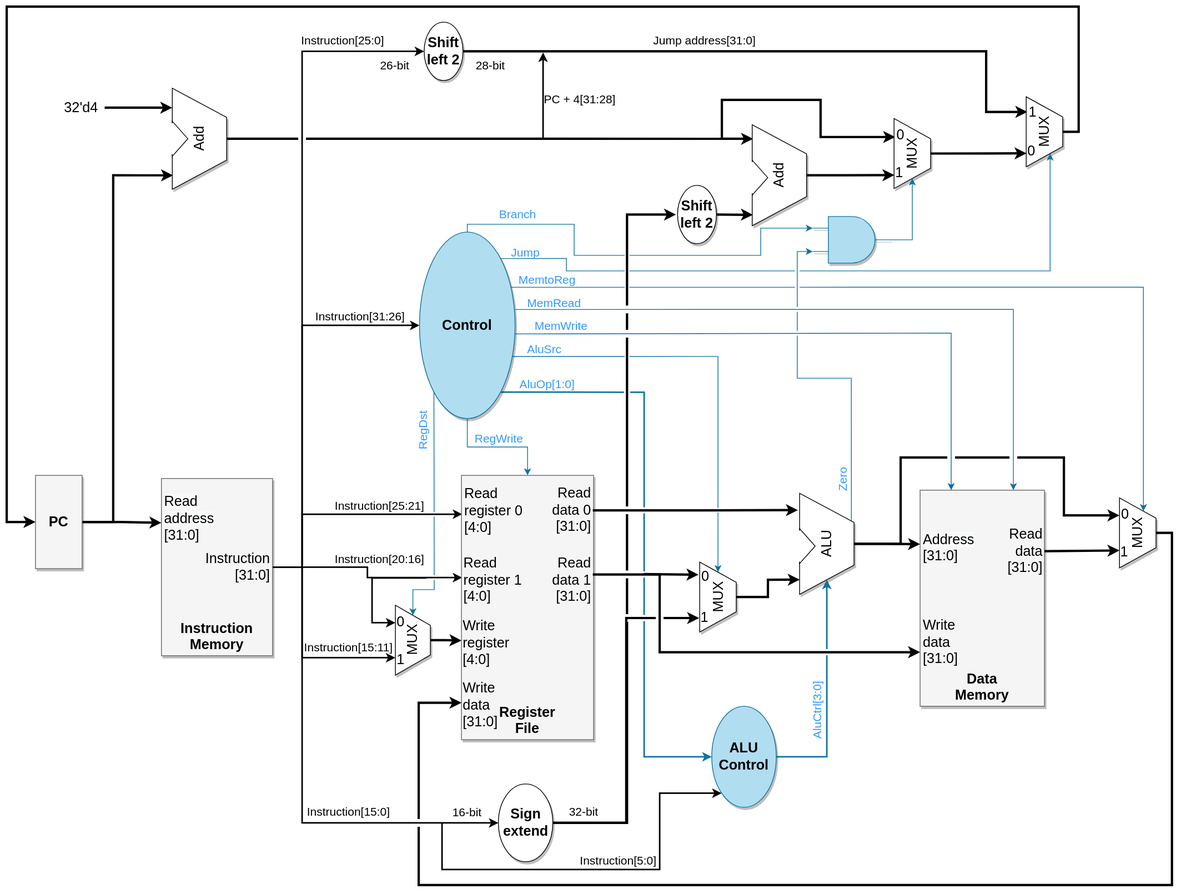
UandersonSilva/MIPS keeps this draw.io diagram as no_pipeline/alib/MIPS_np_structure.svg. Above is the earlier version. Source tidied: cells renumbered, new cells last; positions are measured from the earlier drawing's top-left corner, leaving out a move shared by most shapes.
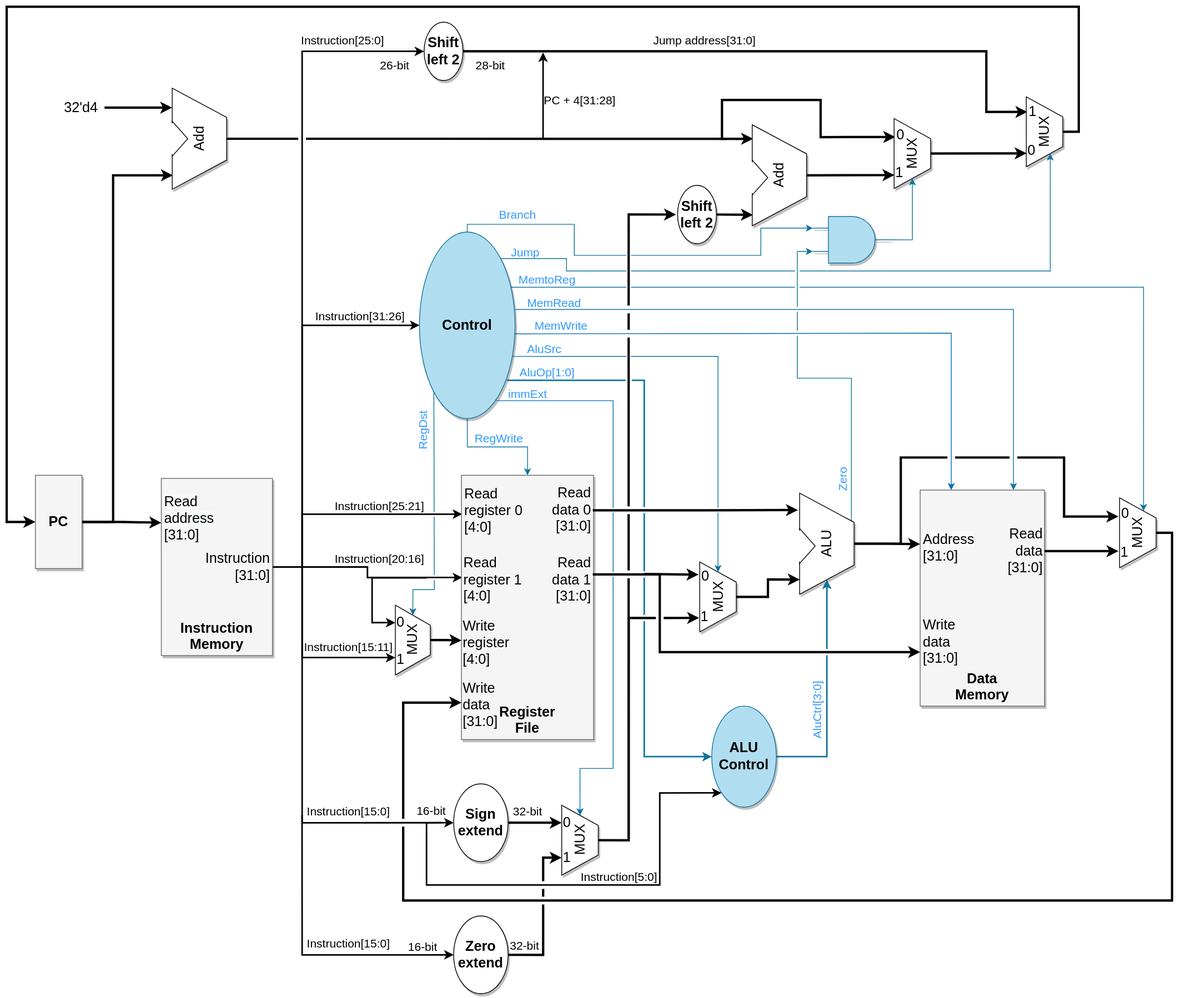
The same file after the commit.

What changed in the source:
```diff
@@ -173,27 +173,34 @@
     <mxCell id="38" value="Instruction[20:16]" style="text;html=1;strokeColor=none;fillColor=none;align=center;verticalAlign=middle;whiteSpace=wrap;rounded=0;shadow=0;fontSize=15;" parent="1" vertex="1">
       <mxGeometry x="440" y="695" width="80" height="30" as="geometry" />
     </mxCell>
-    <mxCell id="39" style="edgeStyle=orthogonalEdgeStyle;rounded=0;jettySize=auto;html=1;exitX=1;exitY=0.5;exitDx=0;exitDy=0;entryX=0.2;entryY=1.016;entryDx=0;entryDy=0;entryPerimeter=0;strokeWidth=3;fontSize=18;jumpStyle=gap;" parent="1" edge="1" source="41" target="46">
-      <mxGeometry relative="1" as="geometry" />
+    <mxCell id="39" style="edgeStyle=orthogonalEdgeStyle;rounded=0;jettySize=auto;html=1;exitX=0.5;exitY=1;exitDx=0;exitDy=0;entryX=0.2;entryY=1.016;entryDx=0;entryDy=0;entryPerimeter=0;strokeWidth=3;fontSize=18;jumpStyle=gap;" parent="1" edge="1" source="121" target="46">
+      <mxGeometry relative="1" as="geometry">
+        <Array as="points">
+          <mxPoint x="800" y="1073" />
+          <mxPoint x="800" y="787" />
+        </Array>
+      </mxGeometry>
     </mxCell>
-    <mxCell id="40" style="edgeStyle=orthogonalEdgeStyle;rounded=0;jumpStyle=gap;orthogonalLoop=1;jettySize=auto;html=1;exitX=1;exitY=0.5;exitDx=0;exitDy=0;entryX=0;entryY=0.5;entryDx=0;entryDy=0;strokeWidth=3;fontSize=18;" parent="1" edge="1">
+    <mxCell id="40" style="edgeStyle=orthogonalEdgeStyle;rounded=0;jumpStyle=gap;orthogonalLoop=1;jettySize=auto;html=1;entryX=0;entryY=0.5;entryDx=0;entryDy=0;strokeWidth=3;fontSize=18;" parent="1" edge="1">
       <mxGeometry relative="1" as="geometry">
-        <mxPoint x="703" y="1050" as="sourcePoint" />
+        <mxPoint x="800" y="1070" as="sourcePoint" />
         <mxPoint x="861" y="267.5" as="targetPoint" />
         <Array as="points">
-          <mxPoint x="798" y="1050" />
-          <mxPoint x="798" y="268" />
+          <mxPoint x="800" y="267" />
         </Array>
       </mxGeometry>
     </mxCell>
+    <mxCell id="114" style="edgeStyle=orthogonalEdgeStyle;rounded=0;jumpStyle=gap;jettySize=auto;html=1;exitX=1;exitY=0.5;exitDx=0;exitDy=0;entryX=0.75;entryY=0;entryDx=0;entryDy=0;strokeWidth=3;" parent="1" edge="1" source="41" target="121">
+      <mxGeometry relative="1" as="geometry" />
+    </mxCell>
     <mxCell id="41" value="&lt;font style=&quot;font-size: 18px;&quot;&gt;&lt;b&gt;Sign &lt;br&gt;extend&lt;/b&gt;&lt;/font&gt;" style="ellipse;whiteSpace=wrap;html=1;shadow=1;strokeColor=default;fontSize=15;" parent="1" vertex="1">
-      <mxGeometry x="632.5" y="1000" width="70" height="100" as="geometry" />
+      <mxGeometry x="575" y="1000" width="70" height="100" as="geometry" />
     </mxCell>
     <mxCell id="42" value="Instruction[15:0]" style="text;html=1;strokeColor=none;fillColor=none;align=center;verticalAlign=middle;whiteSpace=wrap;rounded=0;shadow=0;fontSize=15;" parent="1" vertex="1">
       <mxGeometry x="400" y="1020" width="80" height="30" as="geometry" />
     </mxCell>
     <mxCell id="43" value="16-bit" style="text;html=1;strokeColor=none;fillColor=none;align=center;verticalAlign=middle;whiteSpace=wrap;rounded=0;shadow=0;fontSize=15;" parent="1" vertex="1">
-      <mxGeometry x="570" y="1021" width="45" height="30" as="geometry" />
+      <mxGeometry x="524" y="1019" width="45" height="30" as="geometry" />
     </mxCell>
     <mxCell id="44" style="edgeStyle=orthogonalEdgeStyle;rounded=0;jettySize=auto;html=1;exitX=0.5;exitY=1;exitDx=0;exitDy=0;entryX=0.145;entryY=0.997;entryDx=0;entryDy=0;entryPerimeter=0;strokeWidth=3;fontSize=18;" parent="1" edge="1" source="46" target="50">
       <mxGeometry relative="1" as="geometry" />
@@ -211,13 +218,14 @@
     <mxCell id="47" style="edgeStyle=orthogonalEdgeStyle;rounded=0;jettySize=auto;html=1;exitX=0.5;exitY=1;exitDx=0;exitDy=0;entryX=0;entryY=0.25;entryDx=0;entryDy=0;strokeWidth=3;fontSize=18;" parent="1" edge="1" source="50" target="14">
       <mxGeometry relative="1" as="geometry" />
     </mxCell>
-    <mxCell id="48" style="edgeStyle=orthogonalEdgeStyle;rounded=0;jumpStyle=gap;jettySize=auto;html=1;exitX=0.5;exitY=1;exitDx=0;exitDy=0;entryX=0.75;entryY=0;entryDx=0;entryDy=0;strokeWidth=3;fontSize=18;" parent="1" edge="1" source="50" target="60">
+    <mxCell id="48" style="edgeStyle=orthogonalEdgeStyle;rounded=0;jumpStyle=gap;jettySize=auto;html=1;exitX=0.5;exitY=1;exitDx=0;exitDy=0;strokeWidth=3;fontSize=18;" parent="1" edge="1" source="50">
       <mxGeometry relative="1" as="geometry">
+        <mxPoint x="1430" y="656" as="targetPoint" />
         <Array as="points">
           <mxPoint x="1150" y="691" />
           <mxPoint x="1150" y="580" />
           <mxPoint x="1360" y="580" />
-          <mxPoint x="1360" y="655" />
+          <mxPoint x="1360" y="656" />
         </Array>
       </mxGeometry>
     </mxCell>
@@ -234,7 +242,7 @@
       <mxGeometry x="997" y="689" width="40" height="10" as="geometry" />
     </mxCell>
     <mxCell id="53" value="32-bit" style="text;html=1;strokeColor=none;fillColor=none;align=center;verticalAlign=middle;whiteSpace=wrap;rounded=0;shadow=0;fontSize=15;" parent="1" vertex="1">
-      <mxGeometry x="720" y="1020" width="45" height="30" as="geometry" />
+      <mxGeometry x="647.5" y="1020" width="45" height="30" as="geometry" />
     </mxCell>
     <mxCell id="54" value="&lt;br&gt;&lt;span style=&quot;color: rgb(0, 0, 0); font-family: Helvetica; font-size: 18px; font-style: normal; font-variant-ligatures: normal; font-variant-caps: normal; font-weight: 400; letter-spacing: normal; orphans: 2; text-align: left; text-indent: 0px; text-transform: none; widows: 2; word-spacing: 0px; -webkit-text-stroke-width: 0px; background-color: rgb(248, 249, 250); text-decoration-thickness: initial; text-decoration-style: initial; text-decoration-color: initial; float: none; display: inline !important;&quot;&gt;Address&lt;br&gt;&lt;/span&gt;[31:0]" style="text;html=1;strokeColor=none;fillColor=none;align=left;verticalAlign=middle;whiteSpace=wrap;rounded=0;shadow=0;fontSize=18;" parent="1" vertex="1">
       <mxGeometry x="1177" y="670.5" width="81" height="30" as="geometry" />
@@ -242,19 +250,24 @@
     <mxCell id="55" value="&lt;br&gt;Write data&lt;br&gt;[31:0]" style="text;html=1;strokeColor=none;fillColor=none;align=left;verticalAlign=middle;whiteSpace=wrap;rounded=0;shadow=0;fontSize=18;" parent="1" vertex="1">
       <mxGeometry x="1177" y="791.5" width="81" height="30" as="geometry" />
     </mxCell>
+    <mxCell id="115" style="edgeStyle=orthogonalEdgeStyle;rounded=0;jumpStyle=gap;jettySize=auto;html=1;exitX=1;exitY=0.5;exitDx=0;exitDy=0;entryX=0;entryY=0.5;entryDx=0;entryDy=0;strokeWidth=3;" parent="1" edge="1" source="56">
+      <mxGeometry relative="1" as="geometry">
+        <mxPoint x="1430" y="701.5" as="targetPoint" />
+        <Array as="points">
+          <mxPoint x="1430" y="700" />
+        </Array>
+      </mxGeometry>
+    </mxCell>
     <mxCell id="56" value="Read data&lt;br&gt;&lt;div style=&quot;&quot;&gt;&lt;span style=&quot;background-color: initial;&quot;&gt;[31:0]&lt;/span&gt;&lt;/div&gt;" style="text;html=1;strokeColor=none;fillColor=none;align=right;verticalAlign=middle;whiteSpace=wrap;rounded=0;shadow=0;fontSize=18;" parent="1" vertex="1">
       <mxGeometry x="1280" y="685.5" width="55" height="30" as="geometry" />
     </mxCell>
-    <mxCell id="57" style="edgeStyle=orthogonalEdgeStyle;rounded=0;jumpStyle=gap;jettySize=auto;html=1;exitX=1;exitY=0.5;exitDx=0;exitDy=0;entryX=0.25;entryY=0;entryDx=0;entryDy=0;strokeWidth=3;fontSize=18;" parent="1" edge="1" source="56" target="60">
-      <mxGeometry relative="1" as="geometry" />
-    </mxCell>
     <mxCell id="58" style="edgeStyle=orthogonalEdgeStyle;rounded=0;jumpStyle=gap;jettySize=auto;html=1;exitX=0.5;exitY=1;exitDx=0;exitDy=0;entryX=0;entryY=0.75;entryDx=0;entryDy=0;strokeWidth=3;fontSize=18;" parent="1" edge="1" source="60" target="28">
       <mxGeometry relative="1" as="geometry">
         <Array as="points">
           <mxPoint x="1499" y="677" />
-          <mxPoint x="1499" y="1130" />
-          <mxPoint x="530" y="1130" />
-          <mxPoint x="530" y="895" />
+          <mxPoint x="1499" y="1150" />
+          <mxPoint x="510" y="1150" />
+          <mxPoint x="510" y="895" />
         </Array>
       </mxGeometry>
     </mxCell>
@@ -401,10 +414,10 @@
         </Array>
       </mxGeometry>
     </mxCell>
-    <mxCell id="93" style="edgeStyle=orthogonalEdgeStyle;rounded=0;jumpStyle=gap;jettySize=auto;html=1;exitX=1;exitY=1;exitDx=0;exitDy=0;entryX=0;entryY=0.5;entryDx=0;entryDy=0;strokeWidth=2;fontColor=#3399FF;fillColor=#b1ddf0;strokeColor=#10739e;" parent="1" edge="1" source="94" target="109">
+    <mxCell id="93" style="edgeStyle=orthogonalEdgeStyle;rounded=0;jumpStyle=gap;jettySize=auto;html=1;exitX=0.917;exitY=0.795;exitDx=0;exitDy=0;entryX=0;entryY=0.5;entryDx=0;entryDy=0;strokeWidth=2;fontColor=#3399FF;fillColor=#b1ddf0;strokeColor=#10739e;exitPerimeter=0;" parent="1" edge="1" source="94" target="109">
       <mxGeometry relative="1" as="geometry">
         <Array as="points">
-          <mxPoint x="820" y="495" />
+          <mxPoint x="820" y="481" />
           <mxPoint x="820" y="965" />
         </Array>
       </mxGeometry>
@@ -461,8 +474,9 @@
       <mxGeometry relative="1" as="geometry">
         <mxPoint x="560" y="1050" as="sourcePoint" />
         <Array as="points">
-          <mxPoint x="560" y="1110" />
-          <mxPoint x="840" y="1110" />
+          <mxPoint x="540" y="1050" />
+          <mxPoint x="540" y="1130" />
+          <mxPoint x="840" y="1130" />
           <mxPoint x="840" y="1011" />
         </Array>
       </mxGeometry>
@@ -471,10 +485,10 @@
       <mxGeometry x="907" y="900" width="83" height="130" as="geometry" />
     </mxCell>
     <mxCell id="110" value="Instruction[5:0]" style="text;html=1;strokeColor=none;fillColor=none;align=center;verticalAlign=middle;whiteSpace=wrap;rounded=0;shadow=0;fontSize=15;" parent="1" vertex="1">
-      <mxGeometry x="747" y="1083" width="80" height="30" as="geometry" />
+      <mxGeometry x="748" y="1104" width="80" height="30" as="geometry" />
     </mxCell>
     <mxCell id="111" value="AluOp[1:0]" style="text;html=1;strokeColor=none;fillColor=none;align=center;verticalAlign=middle;whiteSpace=wrap;rounded=0;shadow=0;fontSize=15;fontColor=#3399FF;" parent="1" vertex="1">
-      <mxGeometry x="661" y="470" width="69" height="30" as="geometry" />
+      <mxGeometry x="661" y="460" width="69" height="20" as="geometry" />
     </mxCell>
     <mxCell id="112" value="Instruction[31:26]" style="text;html=1;strokeColor=none;fillColor=none;align=center;verticalAlign=middle;whiteSpace=wrap;rounded=0;shadow=0;fontSize=15;" parent="1" vertex="1">
       <mxGeometry x="415" y="383" width="80" height="30" as="geometry" />
@@ -482,5 +496,56 @@
     <mxCell id="113" value="&lt;font color=&quot;#3399ff&quot;&gt;AluCtrl[3:0]&lt;/font&gt;" style="text;html=1;strokeColor=none;fillColor=none;align=center;verticalAlign=middle;whiteSpace=wrap;rounded=0;shadow=0;fontSize=15;rotation=-90;" parent="1" vertex="1">
       <mxGeometry x="1020" y="890" width="45" height="30" as="geometry" />
     </mxCell>
+    <mxCell id="116" style="edgeStyle=orthogonalEdgeStyle;rounded=0;jettySize=auto;html=1;exitX=0;exitY=0.5;exitDx=0;exitDy=0;entryX=0;entryY=0.5;entryDx=0;entryDy=0;strokeWidth=2;jumpStyle=gap;" parent="1" edge="1" target="118">
+      <mxGeometry relative="1" as="geometry">
+        <mxPoint x="380" y="1040" as="sourcePoint" />
+        <Array as="points">
+          <mxPoint x="380" y="1220" />
+        </Array>
+      </mxGeometry>
+    </mxCell>
+    <mxCell id="117" style="edgeStyle=orthogonalEdgeStyle;rounded=0;jumpStyle=gap;jettySize=auto;html=1;exitX=1;exitY=0.5;exitDx=0;exitDy=0;entryX=0.25;entryY=0;entryDx=0;entryDy=0;strokeWidth=3;" parent="1" edge="1" source="118" target="121">
+      <mxGeometry relative="1" as="geometry">
+        <Array as="points">
+          <mxPoint x="690" y="1220" />
+          <mxPoint x="690" y="1095" />
+        </Array>
+      </mxGeometry>
+    </mxCell>
+    <mxCell id="118" value="&lt;font style=&quot;font-size: 18px;&quot;&gt;&lt;b&gt;Zero&lt;br&gt;extend&lt;/b&gt;&lt;/font&gt;" style="ellipse;whiteSpace=wrap;html=1;shadow=1;strokeColor=default;fontSize=15;" parent="1" vertex="1">
+      <mxGeometry x="575" y="1170" width="70" height="100" as="geometry" />
+    </mxCell>
+    <mxCell id="119" value="Instruction[15:0]" style="text;html=1;strokeColor=none;fillColor=none;align=center;verticalAlign=middle;whiteSpace=wrap;rounded=0;shadow=0;fontSize=15;" parent="1" vertex="1">
+      <mxGeometry x="400" y="1190" width="80" height="30" as="geometry" />
+    </mxCell>
+    <mxCell id="120" style="edgeStyle=orthogonalEdgeStyle;rounded=0;jumpStyle=gap;jettySize=auto;html=1;entryX=1;entryY=0.5;entryDx=0;entryDy=0;strokeWidth=1;fillColor=#1ba1e2;strokeColor=#006EAF;" parent="1" edge="1" target="121">
+      <mxGeometry relative="1" as="geometry">
+        <mxPoint x="630" y="507" as="sourcePoint" />
+        <Array as="points">
+          <mxPoint x="680" y="507" />
+          <mxPoint x="780" y="507" />
+          <mxPoint x="780" y="980" />
+          <mxPoint x="738" y="980" />
+        </Array>
+      </mxGeometry>
+    </mxCell>
+    <mxCell id="121" value="MUX" style="verticalLabelPosition=middle;verticalAlign=middle;shape=trapezoid;perimeter=trapezoidPerimeter;size=0.2884615384615385;arcSize=10;flipV=1;labelPosition=center;align=center;rotation=-90;shadow=1;html=1;whiteSpace=wrap;fontSize=18;" parent="1" vertex="1">
+      <mxGeometry x="692.5" y="1049" width="90" height="47" as="geometry" />
+    </mxCell>
+    <mxCell id="122" value="32-bit" style="text;html=1;strokeColor=none;fillColor=none;align=center;verticalAlign=middle;whiteSpace=wrap;rounded=0;shadow=0;fontSize=15;" parent="1" vertex="1">
+      <mxGeometry x="644" y="1193" width="45" height="30" as="geometry" />
+    </mxCell>
+    <mxCell id="123" value="16-bit" style="text;html=1;strokeColor=none;fillColor=none;align=center;verticalAlign=middle;whiteSpace=wrap;rounded=0;shadow=0;fontSize=15;" parent="1" vertex="1">
+      <mxGeometry x="512.5" y="1194" width="45" height="30" as="geometry" />
+    </mxCell>
+    <mxCell id="124" value="0" style="text;html=1;strokeColor=none;fillColor=none;align=center;verticalAlign=middle;whiteSpace=wrap;rounded=0;shadow=1;fontSize=18;" parent="1" vertex="1">
+      <mxGeometry x="718" y="1043.5" width="6" height="13" as="geometry" />
+    </mxCell>
+    <mxCell id="125" value="1" style="text;html=1;strokeColor=none;fillColor=none;align=center;verticalAlign=middle;whiteSpace=wrap;rounded=0;shadow=1;fontSize=18;" parent="1" vertex="1">
+      <mxGeometry x="714" y="1088" width="14" height="13" as="geometry" />
+    </mxCell>
+    <mxCell id="126" value="immExt" style="text;html=1;strokeColor=none;fillColor=none;align=center;verticalAlign=middle;whiteSpace=wrap;rounded=0;shadow=0;fontSize=15;fontColor=#3399FF;" parent="1" vertex="1">
+      <mxGeometry x="641" y="488" width="59" height="20" as="geometry" />
+    </mxCell>
   </root>
 </mxGraphModel>
```
